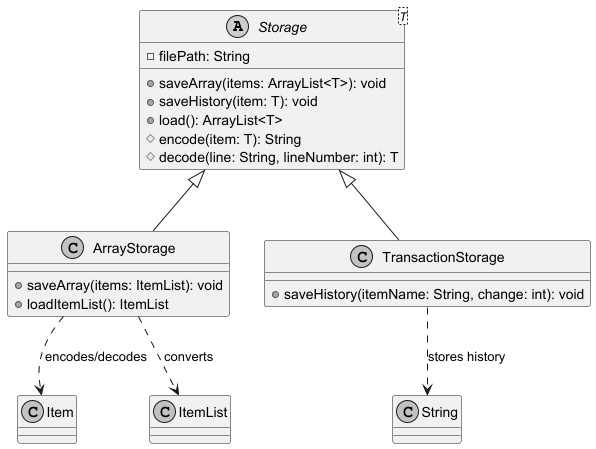
The PlantUML diagram docs/diagrams/StorageClassDiagram.png in adbsw/tp, before a commit. The source it was exported from:
```plantuml
@startuml

skinparam monochrome true

abstract class Storage<T> {
    - filePath: String
    + saveArray(items: ArrayList<T>): void
    + saveHistory(item: T): void
    + load(): ArrayList<T>
    # encode(item: T): String
    # decode(line: String, lineNumber: int): T
}

class ArrayStorage {
    + saveArray(items: ItemList): void
    + loadItemList(): ItemList
}

class TransactionStorage {
    + saveHistory(itemName: String, change: int): void
}

class Item
class ItemList

Storage <|-- ArrayStorage
Storage <|-- TransactionStorage

ArrayStorage ..> Item : encodes/decodes
ArrayStorage ..> ItemList : converts

TransactionStorage ..> String : stores history

@enduml
```
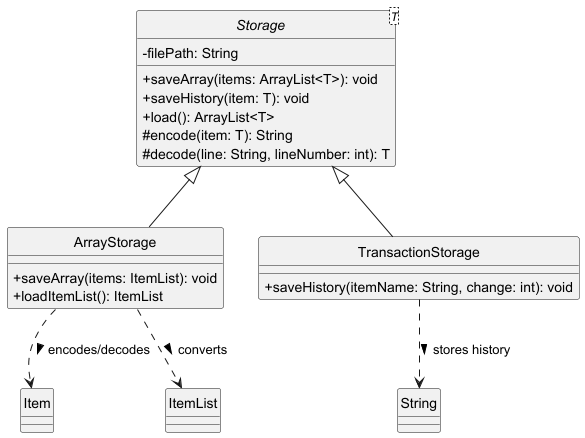
The same diagram one commit later.

The edit, as a diff of the source:
```diff
@@ -1,6 +1,8 @@
 @startuml
 
 skinparam monochrome true
+skinparam classAttributeIconSize 0
+hide circle
 
 abstract class Storage<T> {
     - filePath: String
@@ -26,9 +28,9 @@
 Storage <|-- ArrayStorage
 Storage <|-- TransactionStorage
 
-ArrayStorage ..> Item : encodes/decodes
-ArrayStorage ..> ItemList : converts
+ArrayStorage ..> Item : encodes/decodes >
+ArrayStorage ..> ItemList : converts >
 
-TransactionStorage ..> String : stores history
+TransactionStorage ..> String : stores history >
 
 @enduml
```
